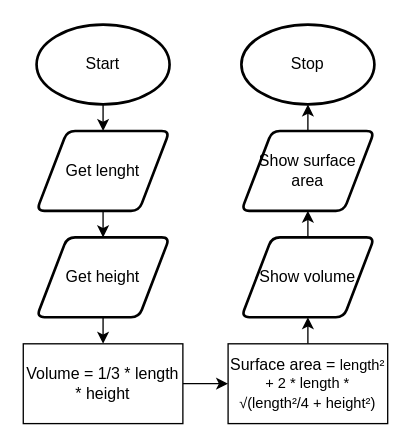
Before: .flowchart.drawio in Miguel-Santacruz/ICS3U-Assingment2-Python, a draw.io diagram. Source tidied: cells renumbered, new cells numbered last; positions are measured from the earlier drawing's top-left corner, leaving out a move shared by most shapes. Both pictures are drawn from the tidied source at 133%, with x=0, y=0 at pixel (23, 24).
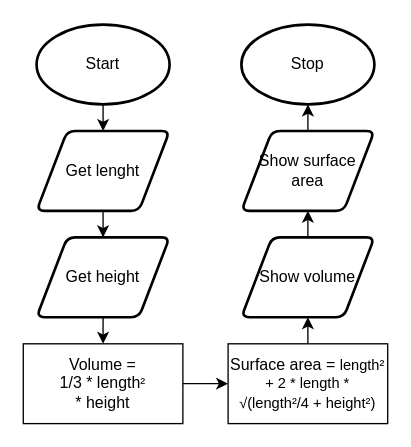
After the change.

Diff of the diagram source:
```diff
@@
 <mxGraphModel>
   <root>
     <mxCell id="0" />
     <mxCell id="1" parent="0" />
     <mxCell id="2" style="edgeStyle=none;html=1;exitX=0.5;exitY=1;exitDx=0;exitDy=0;exitPerimeter=0;entryX=0.5;entryY=0;entryDx=0;entryDy=0;" parent="1" edge="1" source="3" target="5">
       <mxGeometry relative="1" as="geometry" />
     </mxCell>
     <mxCell id="3" value="Start" style="strokeWidth=2;html=1;shape=mxgraph.flowchart.start_1;whiteSpace=wrap;" parent="1" vertex="1">
       <mxGeometry x="10" width="100" height="60" as="geometry" />
     </mxCell>
     <mxCell id="4" style="edgeStyle=none;html=1;exitX=0.5;exitY=1;exitDx=0;exitDy=0;entryX=0.5;entryY=0;entryDx=0;entryDy=0;" parent="1" edge="1" source="5" target="7">
       <mxGeometry relative="1" as="geometry" />
     </mxCell>
     <mxCell id="5" value="Get lenght" style="shape=parallelogram;html=1;strokeWidth=2;perimeter=parallelogramPerimeter;whiteSpace=wrap;rounded=1;arcSize=12;size=0.23;" parent="1" vertex="1">
       <mxGeometry x="10" y="80" width="100" height="60" as="geometry" />
     </mxCell>
     <mxCell id="6" style="edgeStyle=none;html=1;exitX=0.5;exitY=1;exitDx=0;exitDy=0;entryX=0.5;entryY=0;entryDx=0;entryDy=0;" parent="1" edge="1" source="7" target="9">
       <mxGeometry relative="1" as="geometry" />
     </mxCell>
     <mxCell id="7" value="Get height" style="shape=parallelogram;html=1;strokeWidth=2;perimeter=parallelogramPerimeter;whiteSpace=wrap;rounded=1;arcSize=12;size=0.23;" parent="1" vertex="1">
       <mxGeometry x="10" y="160" width="100" height="60" as="geometry" />
     </mxCell>
     <mxCell id="8" style="edgeStyle=none;html=1;exitX=1;exitY=0.5;exitDx=0;exitDy=0;entryX=0;entryY=0.5;entryDx=0;entryDy=0;" parent="1" edge="1" source="9" target="11">
       <mxGeometry relative="1" as="geometry" />
     </mxCell>
-    <mxCell id="9" value="Volume = 1/3 * length * height" style="rounded=0;whiteSpace=wrap;html=1;" parent="1" vertex="1">
+    <mxCell id="9" value="Volume = &lt;br&gt;1/3 * length&lt;span style=&quot;font-size: 11px&quot;&gt;²&lt;/span&gt;&lt;br&gt;* height" style="rounded=0;whiteSpace=wrap;html=1;" parent="1" vertex="1">
       <mxGeometry y="240" width="120" height="60" as="geometry" />
     </mxCell>
     <mxCell id="10" style="edgeStyle=none;html=1;exitX=0.5;exitY=0;exitDx=0;exitDy=0;entryX=0.5;entryY=1;entryDx=0;entryDy=0;" parent="1" edge="1" source="11" target="13">
       <mxGeometry relative="1" as="geometry" />
     </mxCell>
     <mxCell id="11" value="Surface area =&amp;nbsp;&lt;span style=&quot;font-size: 11px&quot;&gt;length² + 2 * length * √(length²/4 + height²)&lt;/span&gt;" style="rounded=0;whiteSpace=wrap;html=1;" parent="1" vertex="1">
       <mxGeometry x="154" y="240" width="120" height="60" as="geometry" />
     </mxCell>
     <mxCell id="12" style="edgeStyle=none;html=1;exitX=0.5;exitY=0;exitDx=0;exitDy=0;entryX=0.5;entryY=1;entryDx=0;entryDy=0;" parent="1" edge="1" source="13" target="15">
       <mxGeometry relative="1" as="geometry" />
     </mxCell>
     <mxCell id="13" value="Show volume" style="shape=parallelogram;html=1;strokeWidth=2;perimeter=parallelogramPerimeter;whiteSpace=wrap;rounded=1;arcSize=12;size=0.23;" parent="1" vertex="1">
       <mxGeometry x="164" y="160" width="100" height="60" as="geometry" />
     </mxCell>
     <mxCell id="14" style="edgeStyle=none;html=1;exitX=0.5;exitY=0;exitDx=0;exitDy=0;entryX=0.5;entryY=1;entryDx=0;entryDy=0;entryPerimeter=0;" parent="1" edge="1" source="15" target="16">
       <mxGeometry relative="1" as="geometry" />
     </mxCell>
     <mxCell id="15" value="Show surface area" style="shape=parallelogram;html=1;strokeWidth=2;perimeter=parallelogramPerimeter;whiteSpace=wrap;rounded=1;arcSize=12;size=0.23;" parent="1" vertex="1">
       <mxGeometry x="164" y="80" width="100" height="60" as="geometry" />
     </mxCell>
     <mxCell id="16" value="Stop" style="strokeWidth=2;html=1;shape=mxgraph.flowchart.start_1;whiteSpace=wrap;" parent="1" vertex="1">
       <mxGeometry x="164" width="100" height="60" as="geometry" />
     </mxCell>
   </root>
 </mxGraphModel>
```
